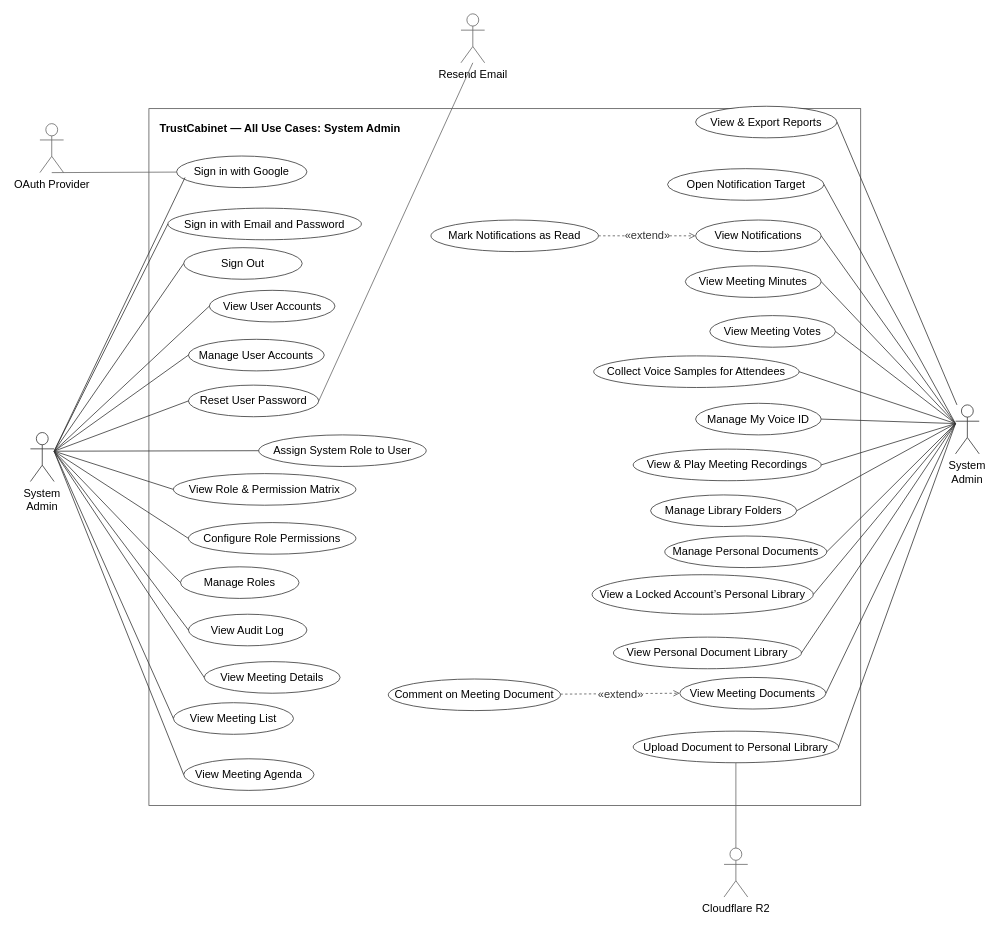
Above: page "System Admin" (1 of 7) of docs/14-uc-diagram/trustcabinet-use-cases.drawio in callmehai/FU-FA26-G116 (draw.io), before the change. Source tidied: cells renumbered, new cells numbered last; positions are measured from the earlier drawing's top-left corner, leaving out a move shared by most shapes. Both pictures are drawn from the tidied source at 79%, with x=0, y=0 at pixel (30, 13).
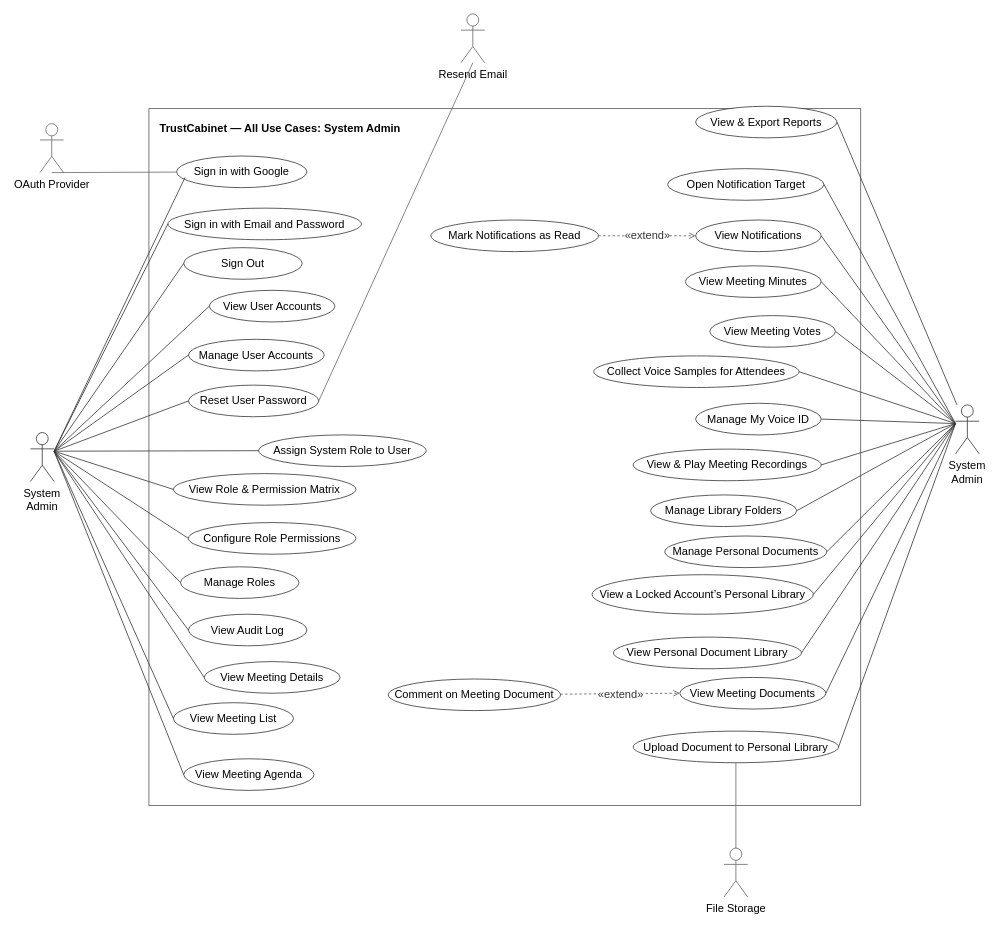
The same page after the edit.

Commit message (it also covers changes not shown here):
[Docs] UC diagram: actor Cloudflare R2 → File Storage theo PR #529 / ADR-0084 (giữ id cloudflare-r2), xuất lại 6 ảnh, thay ảnh Report 3 §4.3, README

Diff of the diagram source:
```diff
@@
-    <mxCell id="37" value="Cloudflare R2" style="shape=umlActor;verticalLabelPosition=bottom;verticalAlign=top;html=1;outlineConnect=0;fillColor=#ffffff;strokeColor=#666666;fontSize=14;" parent="1" vertex="1">
+    <mxCell id="37" value="File Storage" style="shape=umlActor;verticalLabelPosition=bottom;verticalAlign=top;html=1;outlineConnect=0;fillColor=#ffffff;strokeColor=#666666;fontSize=14;" parent="1" vertex="1">
       <mxGeometry x="878" y="1056" width="30" height="62" as="geometry" />
     </mxCell>
```
